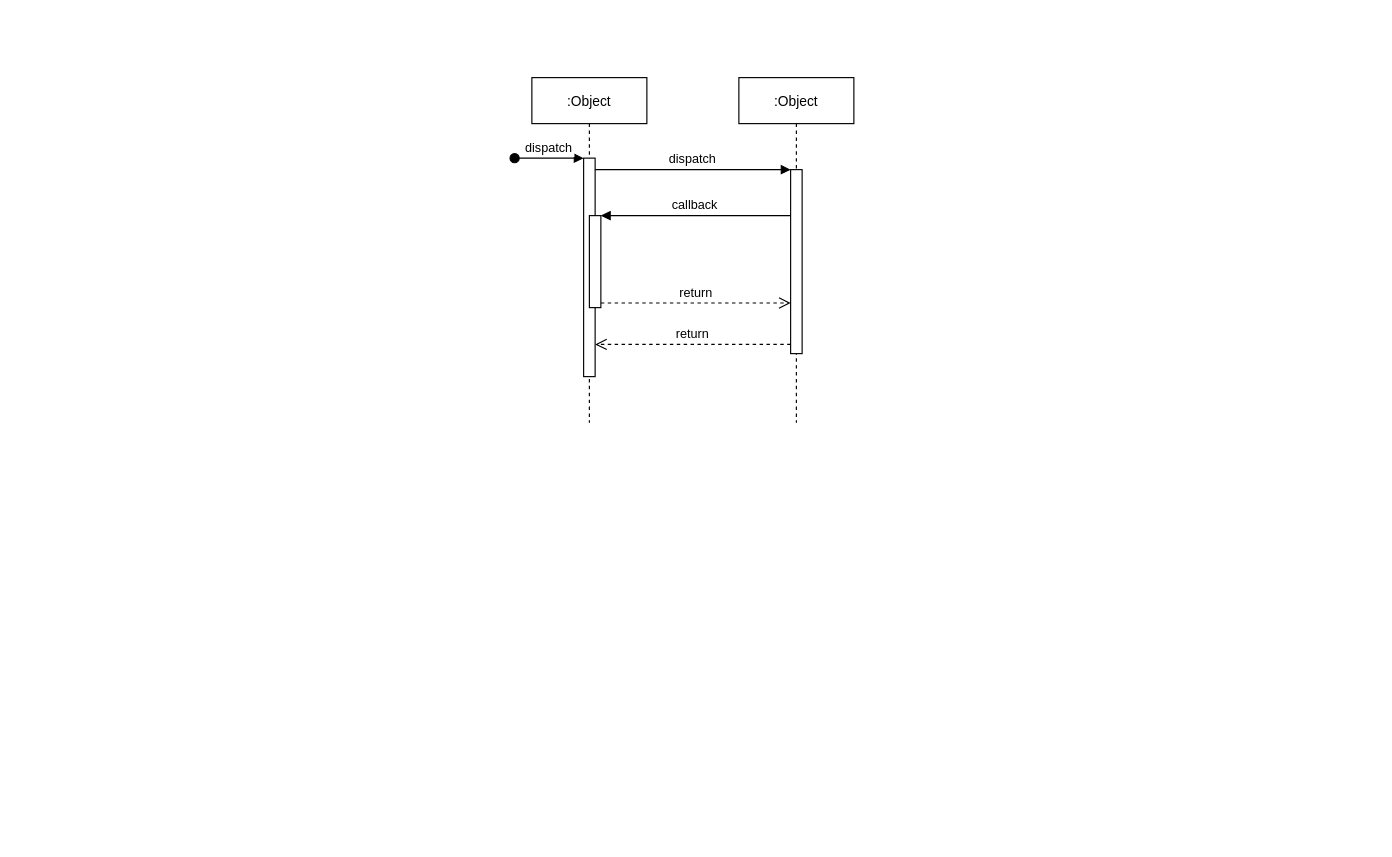
OPHsysbilla/RawScripts keeps this draw.io diagram as https-three-way-shake.drawio. Above is the earlier version. Source tidied: cells renumbered, new cells numbered last; positions are measured from the earlier drawing's top-left corner, leaving out a move shared by most shapes. Both pictures are drawn from the tidied source at 115%, with x=0, y=0 at pixel (514, 77).
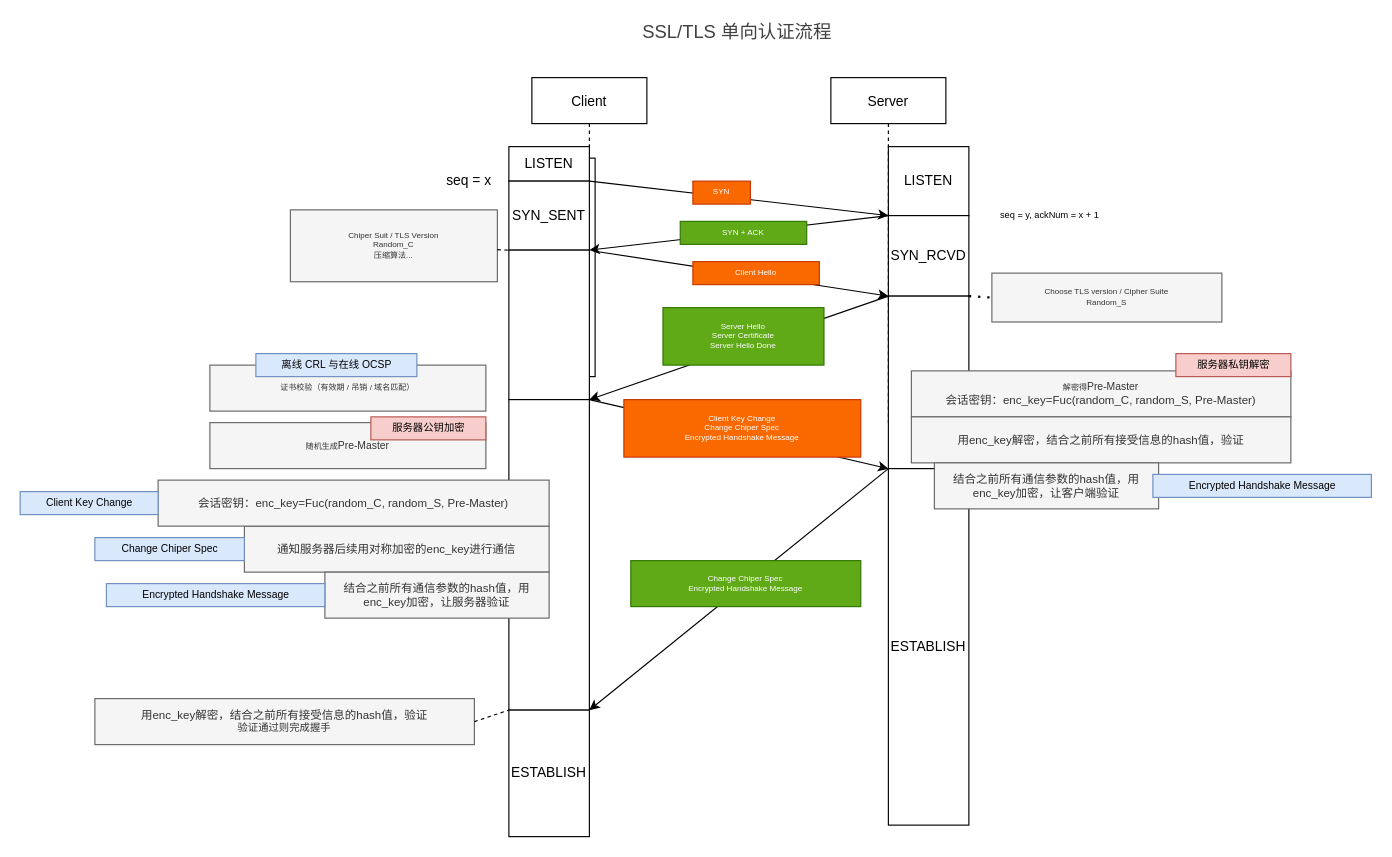
After the change.

The change refers to these unchanged cells:
```xml
<mxCell id="3" style="points=[];perimeter=orthogonalPerimeter;rounded=0;shadow=0;strokeWidth=1;" parent="2" vertex="1">
  <mxGeometry x="45" y="70" width="10" height="190" as="geometry" />
</mxCell>
```

The edit, as a diff of the source:
```diff
@@
-    <mxCell id="2" value=":Object" style="shape=umlLifeline;perimeter=lifelinePerimeter;rounded=0;shadow=0;strokeWidth=1;" parent="1" vertex="1">
+    <mxCell id="2" value="Client" style="shape=umlLifeline;perimeter=lifelinePerimeter;rounded=0;shadow=0;strokeWidth=1;" parent="1" vertex="1">
       <mxGeometry x="15" width="100" height="300" as="geometry" />
     </mxCell>
@@
-    <mxCell id="4" value="dispatch" style="verticalAlign=bottom;startArrow=oval;endArrow=block;startSize=8;shadow=0;strokeWidth=1;" parent="2" edge="1" target="3">
-      <mxGeometry relative="1" as="geometry">
-        <mxPoint x="-15" y="70" as="sourcePoint" />
-      </mxGeometry>
-    </mxCell>
-    <mxCell id="5" style="points=[];perimeter=orthogonalPerimeter;rounded=0;shadow=0;strokeWidth=1;" parent="2" vertex="1">
-      <mxGeometry x="50" y="120" width="10" height="80" as="geometry" />
-    </mxCell>
-    <mxCell id="6" value=":Object" style="shape=umlLifeline;perimeter=lifelinePerimeter;rounded=0;shadow=0;strokeWidth=1;" parent="1" vertex="1">
-      <mxGeometry x="195" width="100" height="300" as="geometry" />
+    <mxCell id="6" value="Server" style="shape=umlLifeline;perimeter=lifelinePerimeter;rounded=0;shadow=0;strokeWidth=1;" parent="1" vertex="1">
+      <mxGeometry x="275" width="100" height="300" as="geometry" />
     </mxCell>
-    <mxCell id="7" style="points=[];perimeter=orthogonalPerimeter;rounded=0;shadow=0;strokeWidth=1;" parent="6" vertex="1">
-      <mxGeometry x="45" y="80" width="10" height="160" as="geometry" />
-    </mxCell>
-    <mxCell id="8" value="return" style="verticalAlign=bottom;endArrow=open;dashed=1;endSize=8;exitX=0;exitY=0.95;shadow=0;strokeWidth=1;" parent="1" edge="1" source="7" target="3">
-      <mxGeometry relative="1" as="geometry" />
-    </mxCell>
-    <mxCell id="9" value="dispatch" style="verticalAlign=bottom;endArrow=block;entryX=0;entryY=0;shadow=0;strokeWidth=1;" parent="1" edge="1" source="3" target="7">
-      <mxGeometry relative="1" as="geometry" />
-    </mxCell>
-    <mxCell id="10" value="callback" style="verticalAlign=bottom;endArrow=block;entryX=1;entryY=0;shadow=0;strokeWidth=1;" parent="1" edge="1" source="7" target="5">
-      <mxGeometry relative="1" as="geometry" />
-    </mxCell>
-    <mxCell id="11" value="return" style="verticalAlign=bottom;endArrow=open;dashed=1;endSize=8;exitX=1;exitY=0.95;shadow=0;strokeWidth=1;" parent="1" edge="1" source="5" target="7">
-      <mxGeometry relative="1" as="geometry" />
-    </mxCell>
+    <mxCell id="12" value="LISTEN" style="rounded=0;whiteSpace=wrap;html=1;" parent="1" vertex="1">
+      <mxGeometry x="325" y="60" width="70" height="60" as="geometry" />
+    </mxCell>
+    <mxCell id="13" value="LISTEN" style="rounded=0;whiteSpace=wrap;html=1;" parent="1" vertex="1">
+      <mxGeometry x="-5" y="60" width="70" height="30" as="geometry" />
+    </mxCell>
+    <mxCell id="14" style="endArrow=classic;html=1;exitX=1;exitY=1;exitDx=0;exitDy=0;entryX=0;entryY=1;entryDx=0;entryDy=0;" parent="1" edge="1" source="13" target="12">
+      <mxGeometry relative="1" as="geometry" />
+    </mxCell>
+    <mxCell id="15" value="SYN_SENT" style="rounded=0;whiteSpace=wrap;html=1;" parent="1" vertex="1">
+      <mxGeometry x="-5" y="90" width="70" height="60" as="geometry" />
+    </mxCell>
+    <mxCell id="16" value="SYN_RCVD" style="rounded=0;whiteSpace=wrap;html=1;" parent="1" vertex="1">
+      <mxGeometry x="325" y="120" width="70" height="70" as="geometry" />
+    </mxCell>
+    <mxCell id="17" style="endArrow=classic;html=1;entryX=1;entryY=1;entryDx=0;entryDy=0;" parent="1" edge="1" target="15">
+      <mxGeometry relative="1" as="geometry">
+        <mxPoint x="325" y="120" as="sourcePoint" />
+      </mxGeometry>
+    </mxCell>
+    <mxCell id="18" style="endArrow=classic;html=1;fontSize=6;fontColor=#000000;exitX=0.971;exitY=0.426;exitDx=0;exitDy=0;exitPerimeter=0;entryX=0;entryY=1;entryDx=0;entryDy=0;" parent="1" edge="1" source="3" target="16">
+      <mxGeometry relative="1" as="geometry" />
+    </mxCell>
+    <mxCell id="19" style="rounded=0;whiteSpace=wrap;html=1;" parent="1" vertex="1">
+      <mxGeometry x="-5" y="150" width="70" height="130" as="geometry" />
+    </mxCell>
+    <mxCell id="20" style="rounded=0;whiteSpace=wrap;html=1;" parent="1" vertex="1">
+      <mxGeometry x="325" y="190" width="70" height="150" as="geometry" />
+    </mxCell>
+    <mxCell id="21" style="endArrow=classic;html=1;fontSize=6;fontColor=#000000;entryX=1;entryY=0;entryDx=0;entryDy=0;exitX=0;exitY=0;exitDx=0;exitDy=0;" parent="1" edge="1" source="20" target="31">
+      <mxGeometry relative="1" as="geometry" />
+    </mxCell>
+    <mxCell id="22" value="Chiper Suit / TLS Version&lt;br&gt;Random_C&lt;br&gt;压缩算法..." style="text;html=1;strokeColor=#666666;fillColor=#f5f5f5;align=center;verticalAlign=middle;whiteSpace=wrap;rounded=0;fontSize=7;fontColor=#333333;" parent="1" vertex="1">
+      <mxGeometry x="-195" y="115" width="180" height="62.5" as="geometry" />
+    </mxCell>
+    <mxCell id="23" value="Server Hello&lt;br&gt;Server Certificate&lt;br&gt;Server Hello Done" style="text;html=1;strokeColor=#2D7600;fillColor=#60a917;align=center;verticalAlign=middle;whiteSpace=wrap;rounded=0;fontSize=7;fontColor=#ffffff;" parent="1" vertex="1">
+      <mxGeometry x="129" y="200" width="140" height="50" as="geometry" />
+    </mxCell>
+    <mxCell id="24" value="SYN" style="text;html=1;strokeColor=#C73500;fillColor=#fa6800;align=center;verticalAlign=middle;whiteSpace=wrap;rounded=0;fontSize=7;fontColor=#ffffff;" parent="1" vertex="1">
+      <mxGeometry x="155" y="90" width="50" height="20" as="geometry" />
+    </mxCell>
+    <mxCell id="25" value="&lt;span style=&quot;font-size: 12px&quot;&gt;seq = x&lt;/span&gt;" style="text;html=1;align=center;verticalAlign=middle;fontSize=7;fontColor=#000000;" parent="1" vertex="1">
+      <mxGeometry x="-65" y="85" width="50" height="10" as="geometry" />
+    </mxCell>
+    <mxCell id="26" value="&lt;span style=&quot;font-size: 8px&quot;&gt;seq = y, ackNum = x + 1&lt;/span&gt;" style="text;html=1;align=center;verticalAlign=middle;fontSize=7;fontColor=#000000;" parent="1" vertex="1">
+      <mxGeometry x="395" y="115" width="140" height="10" as="geometry" />
+    </mxCell>
+    <mxCell id="27" value="SYN + ACK&lt;br&gt;" style="text;html=1;strokeColor=#2D7600;fillColor=#60a917;align=center;verticalAlign=middle;whiteSpace=wrap;rounded=0;fontSize=7;fontColor=#ffffff;" parent="1" vertex="1">
+      <mxGeometry x="144" y="125" width="110" height="20" as="geometry" />
+    </mxCell>
+    <mxCell id="28" value="Client Hello" style="text;html=1;strokeColor=#C73500;fillColor=#fa6800;align=center;verticalAlign=middle;whiteSpace=wrap;rounded=0;fontSize=7;fontColor=#ffffff;" parent="1" vertex="1">
+      <mxGeometry x="155" y="160" width="110" height="20" as="geometry" />
+    </mxCell>
+    <mxCell id="29" style="endArrow=none;dashed=1;html=1;fontSize=7;fontColor=#000000;" parent="1" edge="1" source="22">
+      <mxGeometry relative="1" as="geometry">
+        <mxPoint x="-5" y="150" as="targetPoint" />
+      </mxGeometry>
+    </mxCell>
+    <mxCell id="30" value="Choose TLS version / Cipher Suite&lt;br&gt;Random_S" style="text;html=1;strokeColor=#666666;fillColor=#f5f5f5;align=center;verticalAlign=middle;whiteSpace=wrap;rounded=0;fontSize=7;fontColor=#333333;" parent="1" vertex="1">
+      <mxGeometry x="415" y="170" width="200" height="42.5" as="geometry" />
+    </mxCell>
+    <mxCell id="31" style="rounded=0;whiteSpace=wrap;html=1;" parent="1" vertex="1">
+      <mxGeometry x="-5" y="280" width="70" height="270" as="geometry" />
+    </mxCell>
+    <mxCell id="32" style="endArrow=classic;html=1;fontSize=7;fontColor=#000000;entryX=0;entryY=1;entryDx=0;entryDy=0;exitX=1;exitY=0;exitDx=0;exitDy=0;" parent="1" edge="1" source="31" target="20">
+      <mxGeometry relative="1" as="geometry" />
+    </mxCell>
+    <mxCell id="33" value="Client Key Change&lt;br&gt;Change Chiper Spec&lt;br&gt;Encrypted Handshake Message" style="text;html=1;strokeColor=#C73500;fillColor=#fa6800;align=center;verticalAlign=middle;whiteSpace=wrap;rounded=0;fontSize=7;fontColor=#ffffff;" parent="1" vertex="1">
+      <mxGeometry x="95" y="280" width="206" height="50" as="geometry" />
+    </mxCell>
+    <mxCell id="34" value="证书校验（有效期 / 吊销 / 域名匹配）&lt;br&gt;" style="text;html=1;strokeColor=#666666;fillColor=#f5f5f5;align=center;verticalAlign=middle;whiteSpace=wrap;rounded=0;fontSize=7;fontColor=#333333;" parent="1" vertex="1">
+      <mxGeometry x="-265" y="250" width="240" height="40" as="geometry" />
+    </mxCell>
+    <mxCell id="35" value="离线 CRL 与在线 OCSP" style="text;html=1;align=center;verticalAlign=middle;fontSize=9;fillColor=#dae8fc;strokeColor=#6c8ebf;" parent="1" vertex="1">
+      <mxGeometry x="-225" y="240" width="140" height="20" as="geometry" />
+    </mxCell>
+    <mxCell id="36" style="endArrow=none;dashed=1;html=1;dashPattern=1 3;strokeWidth=2;fontSize=9;fontColor=#000000;exitX=1;exitY=1;exitDx=0;exitDy=0;entryX=0;entryY=0.5;entryDx=0;entryDy=0;" parent="1" edge="1" source="16" target="30">
+      <mxGeometry relative="1" as="geometry" />
+    </mxCell>
+    <mxCell id="37" value="随机生成&lt;span style=&quot;font-size: 9px&quot;&gt;Pre-Master&lt;/span&gt;" style="text;html=1;strokeColor=#666666;fillColor=#f5f5f5;align=center;verticalAlign=middle;whiteSpace=wrap;rounded=0;fontSize=7;fontColor=#333333;" parent="1" vertex="1">
+      <mxGeometry x="-265" y="300" width="240" height="40" as="geometry" />
+    </mxCell>
+    <mxCell id="38" value="服务器公钥加密" style="text;html=1;align=center;verticalAlign=middle;fontSize=9;fillColor=#f8cecc;strokeColor=#b85450;" parent="1" vertex="1">
+      <mxGeometry x="-125" y="295" width="100" height="20" as="geometry" />
+    </mxCell>
+    <mxCell id="39" value="ESTABLISH" style="rounded=0;whiteSpace=wrap;html=1;" parent="1" vertex="1">
+      <mxGeometry x="325" y="340" width="70" height="310" as="geometry" />
+    </mxCell>
+    <mxCell id="40" style="endArrow=classic;html=1;fontSize=9;fontColor=#000000;entryX=1;entryY=1;entryDx=0;entryDy=0;" parent="1" edge="1" target="31">
+      <mxGeometry relative="1" as="geometry">
+        <mxPoint x="325" y="340" as="sourcePoint" />
+      </mxGeometry>
+    </mxCell>
+    <mxCell id="41" value="Change Chiper Spec&lt;br&gt;Encrypted Handshake Message" style="text;html=1;strokeColor=#2D7600;fillColor=#60a917;align=center;verticalAlign=middle;whiteSpace=wrap;rounded=0;fontSize=7;fontColor=#ffffff;" parent="1" vertex="1">
+      <mxGeometry x="101" y="420" width="200" height="40" as="geometry" />
+    </mxCell>
+    <mxCell id="42" value="&lt;span style=&quot;font-size: 10px&quot;&gt;通知服务器后续用对称加密的enc_key进行通信&lt;/span&gt;" style="text;html=1;strokeColor=#666666;fillColor=#f5f5f5;align=center;verticalAlign=middle;whiteSpace=wrap;rounded=0;fontSize=7;fontColor=#333333;" parent="1" vertex="1">
+      <mxGeometry x="-235" y="390" width="265" height="40" as="geometry" />
+    </mxCell>
+    <mxCell id="43" value="&lt;span style=&quot;font-size: 10px&quot;&gt;会话密钥：enc_key=Fuc(random_C, random_S, Pre-Master)&lt;/span&gt;" style="text;html=1;strokeColor=#666666;fillColor=#f5f5f5;align=center;verticalAlign=middle;whiteSpace=wrap;rounded=0;fontSize=7;fontColor=#333333;" parent="1" vertex="1">
+      <mxGeometry x="-310" y="350" width="340" height="40" as="geometry" />
+    </mxCell>
+    <mxCell id="44" value="Client Key Change" style="text;html=1;align=center;verticalAlign=middle;fontSize=9;fillColor=#dae8fc;strokeColor=#6c8ebf;" parent="1" vertex="1">
+      <mxGeometry x="-430" y="360" width="120" height="20" as="geometry" />
+    </mxCell>
+    <mxCell id="45" value="Change Chiper Spec" style="text;html=1;align=center;verticalAlign=middle;fontSize=9;fillColor=#dae8fc;strokeColor=#6c8ebf;" parent="1" vertex="1">
+      <mxGeometry x="-365" y="400" width="130" height="20" as="geometry" />
+    </mxCell>
+    <mxCell id="46" value="&lt;span style=&quot;font-size: 10px&quot;&gt;结合之前所有通信参数的hash值，用enc_key加密，让服务器验证&lt;/span&gt;" style="text;html=1;strokeColor=#666666;fillColor=#f5f5f5;align=center;verticalAlign=middle;whiteSpace=wrap;rounded=0;fontSize=7;fontColor=#333333;" parent="1" vertex="1">
+      <mxGeometry x="-165" y="430" width="195" height="40" as="geometry" />
+    </mxCell>
+    <mxCell id="47" value="Encrypted Handshake Message" style="text;html=1;align=center;verticalAlign=middle;fontSize=9;fillColor=#dae8fc;strokeColor=#6c8ebf;" parent="1" vertex="1">
+      <mxGeometry x="-355" y="440" width="190" height="20" as="geometry" />
+    </mxCell>
+    <mxCell id="48" value="解密得&lt;span style=&quot;font-size: 9px&quot;&gt;Pre-Master&lt;br&gt;&lt;/span&gt;&lt;span style=&quot;font-size: 10px&quot;&gt;会话密钥：enc_key=Fuc(random_C, random_S, Pre-Master)&lt;/span&gt;&lt;span style=&quot;font-size: 9px&quot;&gt;&lt;br&gt;&lt;/span&gt;" style="text;html=1;strokeColor=#666666;fillColor=#f5f5f5;align=center;verticalAlign=middle;whiteSpace=wrap;rounded=0;fontSize=7;fontColor=#333333;" parent="1" vertex="1">
+      <mxGeometry x="345" y="255" width="330" height="40" as="geometry" />
+    </mxCell>
+    <mxCell id="49" value="服务器私钥解密" style="text;html=1;align=center;verticalAlign=middle;fontSize=9;fillColor=#f8cecc;strokeColor=#b85450;" parent="1" vertex="1">
+      <mxGeometry x="575" y="240" width="100" height="20" as="geometry" />
+    </mxCell>
+    <mxCell id="50" value="&lt;span style=&quot;font-size: 10px&quot;&gt;用enc_key解密，结合之前所有接受信息的hash值，验证&lt;/span&gt;&lt;span style=&quot;font-size: 9px&quot;&gt;&lt;br&gt;&lt;/span&gt;" style="text;html=1;strokeColor=#666666;fillColor=#f5f5f5;align=center;verticalAlign=middle;whiteSpace=wrap;rounded=0;fontSize=7;fontColor=#333333;" parent="1" vertex="1">
+      <mxGeometry x="345" y="295" width="330" height="40" as="geometry" />
+    </mxCell>
+    <mxCell id="51" value="&lt;span style=&quot;font-size: 10px&quot;&gt;结合之前所有通信参数的hash值，用enc_key加密，让客户端验证&lt;/span&gt;" style="text;html=1;strokeColor=#666666;fillColor=#f5f5f5;align=center;verticalAlign=middle;whiteSpace=wrap;rounded=0;fontSize=7;fontColor=#333333;" parent="1" vertex="1">
+      <mxGeometry x="365" y="335" width="195" height="40" as="geometry" />
+    </mxCell>
+    <mxCell id="52" value="Encrypted Handshake Message" style="text;html=1;align=center;verticalAlign=middle;fontSize=9;fillColor=#dae8fc;strokeColor=#6c8ebf;" parent="1" vertex="1">
+      <mxGeometry x="555" y="345" width="190" height="20" as="geometry" />
+    </mxCell>
+    <mxCell id="53" value="&lt;span style=&quot;font-size: 10px&quot;&gt;用enc_key解密，结合之前所有接受信息的hash值，验证&lt;br&gt;&lt;/span&gt;&lt;span style=&quot;font-size: 9px&quot;&gt;验证通过则完成握手&lt;br&gt;&lt;/span&gt;" style="text;html=1;strokeColor=#666666;fillColor=#f5f5f5;align=center;verticalAlign=middle;whiteSpace=wrap;rounded=0;fontSize=7;fontColor=#333333;" parent="1" vertex="1">
+      <mxGeometry x="-365" y="540" width="330" height="40" as="geometry" />
+    </mxCell>
+    <mxCell id="54" style="endArrow=none;dashed=1;html=1;fontSize=9;fontColor=#000000;entryX=0;entryY=1;entryDx=0;entryDy=0;exitX=1;exitY=0.5;exitDx=0;exitDy=0;" parent="1" edge="1" source="53" target="31">
+      <mxGeometry relative="1" as="geometry" />
+    </mxCell>
+    <mxCell id="55" value="&lt;span&gt;ESTABLISH&lt;/span&gt;" style="rounded=0;whiteSpace=wrap;html=1;" parent="1" vertex="1">
+      <mxGeometry x="-5" y="550" width="70" height="110" as="geometry" />
+    </mxCell>
+    <mxCell id="56" value="&lt;span style=&quot;color: rgb(64 , 64 , 64) ; font-family: , , &amp;#34;apple color emoji&amp;#34; , &amp;#34;segoe ui emoji&amp;#34; , &amp;#34;segoe ui symbol&amp;#34; , &amp;#34;segoe ui&amp;#34; , &amp;#34;pingfang sc&amp;#34; , &amp;#34;hiragino sans gb&amp;#34; , &amp;#34;microsoft yahei&amp;#34; , &amp;#34;helvetica neue&amp;#34; , &amp;#34;helvetica&amp;#34; , &amp;#34;arial&amp;#34; , sans-serif ; font-size: 16px ; background-color: rgb(255 , 255 , 255)&quot;&gt;&amp;nbsp;SSL/TLS 单向认证流程&lt;/span&gt;" style="text;html=1;align=center;verticalAlign=middle;fontSize=9;fontColor=#000000;" parent="1" vertex="1">
+      <mxGeometry x="101" y="-50" width="180" height="20" as="geometry" />
+    </mxCell>
```
